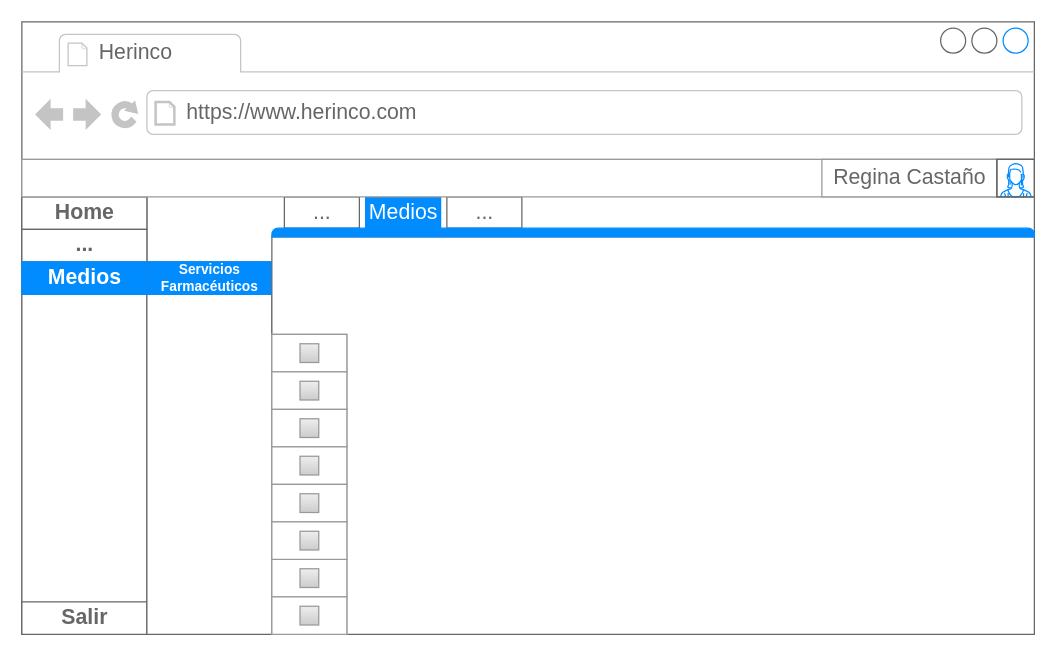
The draw.io diagram Untitled Diagram.drawio in 0scarTrujill0/MOCKUPS-MAESTRO-MEDIOS, before the edit. Source tidied: cells renumbered, new cells numbered last; positions are measured from the earlier drawing's top-left corner, leaving out a move shared by most shapes. Both pictures are drawn from the tidied source at 125%, with x=0, y=0 at pixel (21, 21).
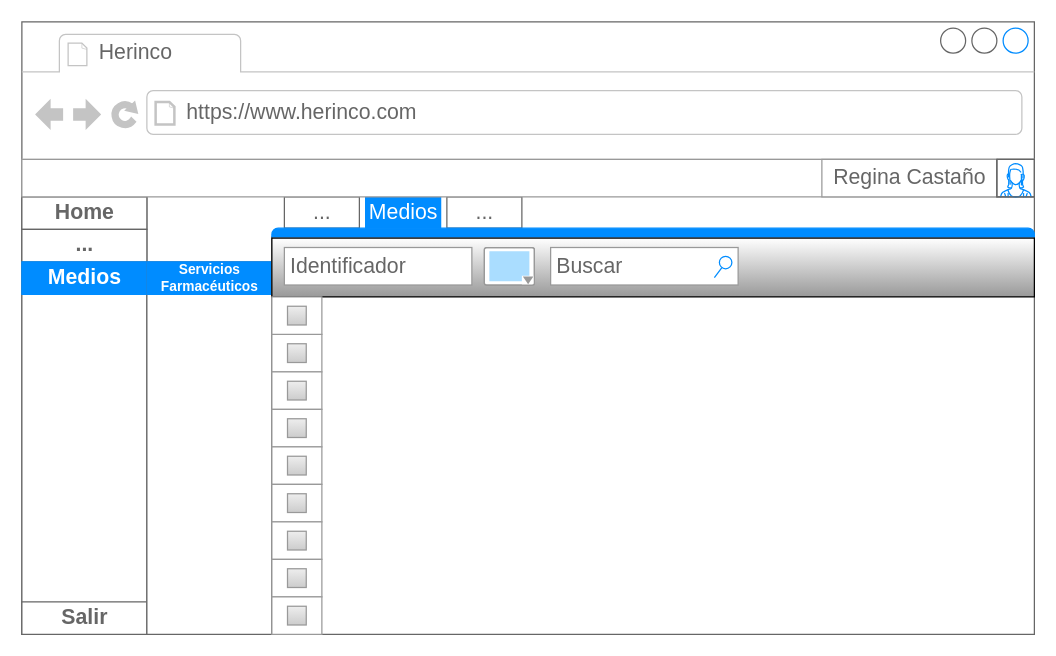
The same diagram, later.

Unchanged cells that the change refers to:
```xml
<mxCell id="12" style="strokeWidth=1;shadow=0;dashed=0;align=center;html=1;shape=mxgraph.mockup.containers.marginRect2;rectMarginTop=32;strokeColor=#666666;gradientColor=none;labelBackgroundColor=none;fontSize=11;" parent="2" vertex="1">
  <mxGeometry x="200" y="140" width="610" height="350" as="geometry" />
</mxCell>
```

What changed in the source:
```diff
@@
-    <mxCell id="17" style="strokeWidth=1;shadow=0;dashed=0;align=center;html=1;shape=mxgraph.mockup.forms.rrect;rSize=0;strokeColor=#999999;fillColor=#ffffff;labelBackgroundColor=none;fontSize=11;" parent="12" vertex="1">
-      <mxGeometry y="110" width="60" height="240" as="geometry" />
-    </mxCell>
-    <mxCell id="18" style="group;" parent="12" vertex="1">
-      <mxGeometry y="110" width="60" height="30" as="geometry" />
-    </mxCell>
-    <mxCell id="19" style="strokeWidth=1;shadow=0;dashed=0;align=center;html=1;shape=mxgraph.mockup.forms.rrect;rSize=0;strokeColor=#999999;fontColor=#008cff;fontSize=17;fillColor=#ffffff;labelBackgroundColor=none;" parent="18" vertex="1">
-      <mxGeometry width="60" height="30" as="geometry" />
-    </mxCell>
-    <mxCell id="20" style="strokeWidth=1;shadow=0;dashed=0;align=center;html=1;shape=mxgraph.mockup.forms.rrect;rSize=0;fillColor=#eeeeee;strokeColor=#999999;gradientColor=#cccccc;align=left;spacingLeft=4;fontSize=17;fontColor=#666666;labelPosition=right;labelBackgroundColor=none;" parent="18" vertex="1">
-      <mxGeometry x="22.5" y="7.5" width="15" height="15" as="geometry" />
-    </mxCell>
-    <mxCell id="21" style="group;" parent="12" vertex="1">
-      <mxGeometry y="140" width="60" height="30" as="geometry" />
-    </mxCell>
-    <mxCell id="22" style="strokeWidth=1;shadow=0;dashed=0;align=center;html=1;shape=mxgraph.mockup.forms.rrect;rSize=0;strokeColor=#999999;fontColor=#008cff;fontSize=17;fillColor=#ffffff;labelBackgroundColor=none;" parent="21" vertex="1">
-      <mxGeometry width="60" height="30" as="geometry" />
-    </mxCell>
-    <mxCell id="23" style="strokeWidth=1;shadow=0;dashed=0;align=center;html=1;shape=mxgraph.mockup.forms.rrect;rSize=0;fillColor=#eeeeee;strokeColor=#999999;gradientColor=#cccccc;align=left;spacingLeft=4;fontSize=17;fontColor=#666666;labelPosition=right;labelBackgroundColor=none;" parent="21" vertex="1">
-      <mxGeometry x="22.5" y="7.5" width="15" height="15" as="geometry" />
-    </mxCell>
-    <mxCell id="24" style="group;" parent="12" vertex="1">
-      <mxGeometry y="170" width="60" height="30" as="geometry" />
-    </mxCell>
-    <mxCell id="25" style="strokeWidth=1;shadow=0;dashed=0;align=center;html=1;shape=mxgraph.mockup.forms.rrect;rSize=0;strokeColor=#999999;fontColor=#008cff;fontSize=17;fillColor=#ffffff;labelBackgroundColor=none;" parent="24" vertex="1">
-      <mxGeometry width="60" height="30" as="geometry" />
-    </mxCell>
-    <mxCell id="26" style="strokeWidth=1;shadow=0;dashed=0;align=center;html=1;shape=mxgraph.mockup.forms.rrect;rSize=0;fillColor=#eeeeee;strokeColor=#999999;gradientColor=#cccccc;align=left;spacingLeft=4;fontSize=17;fontColor=#666666;labelPosition=right;labelBackgroundColor=none;" parent="24" vertex="1">
-      <mxGeometry x="22.5" y="7.5" width="15" height="15" as="geometry" />
-    </mxCell>
-    <mxCell id="27" style="group;" parent="12" vertex="1">
-      <mxGeometry y="200" width="60" height="30" as="geometry" />
-    </mxCell>
-    <mxCell id="28" style="strokeWidth=1;shadow=0;dashed=0;align=center;html=1;shape=mxgraph.mockup.forms.rrect;rSize=0;strokeColor=#999999;fontColor=#008cff;fontSize=17;fillColor=#ffffff;labelBackgroundColor=none;" parent="27" vertex="1">
-      <mxGeometry width="60" height="30" as="geometry" />
-    </mxCell>
-    <mxCell id="29" style="strokeWidth=1;shadow=0;dashed=0;align=center;html=1;shape=mxgraph.mockup.forms.rrect;rSize=0;fillColor=#eeeeee;strokeColor=#999999;gradientColor=#cccccc;align=left;spacingLeft=4;fontSize=17;fontColor=#666666;labelPosition=right;labelBackgroundColor=none;" parent="27" vertex="1">
-      <mxGeometry x="22.5" y="7.5" width="15" height="15" as="geometry" />
-    </mxCell>
-    <mxCell id="30" style="group;" parent="12" vertex="1">
-      <mxGeometry y="290" width="60" height="30" as="geometry" />
-    </mxCell>
-    <mxCell id="31" style="strokeWidth=1;shadow=0;dashed=0;align=center;html=1;shape=mxgraph.mockup.forms.rrect;rSize=0;strokeColor=#999999;fontColor=#008cff;fontSize=17;fillColor=#ffffff;labelBackgroundColor=none;" parent="30" vertex="1">
-      <mxGeometry width="60" height="30" as="geometry" />
-    </mxCell>
-    <mxCell id="32" style="strokeWidth=1;shadow=0;dashed=0;align=center;html=1;shape=mxgraph.mockup.forms.rrect;rSize=0;fillColor=#eeeeee;strokeColor=#999999;gradientColor=#cccccc;align=left;spacingLeft=4;fontSize=17;fontColor=#666666;labelPosition=right;labelBackgroundColor=none;" parent="30" vertex="1">
-      <mxGeometry x="22.5" y="7.5" width="15" height="15" as="geometry" />
-    </mxCell>
-    <mxCell id="33" style="group;" parent="12" vertex="1">
-      <mxGeometry y="320" width="60" height="30" as="geometry" />
-    </mxCell>
-    <mxCell id="34" style="strokeWidth=1;shadow=0;dashed=0;align=center;html=1;shape=mxgraph.mockup.forms.rrect;rSize=0;strokeColor=#999999;fontColor=#008cff;fontSize=17;fillColor=#ffffff;labelBackgroundColor=none;" parent="33" vertex="1">
-      <mxGeometry width="60" height="30" as="geometry" />
-    </mxCell>
-    <mxCell id="35" style="strokeWidth=1;shadow=0;dashed=0;align=center;html=1;shape=mxgraph.mockup.forms.rrect;rSize=0;fillColor=#eeeeee;strokeColor=#999999;gradientColor=#cccccc;align=left;spacingLeft=4;fontSize=17;fontColor=#666666;labelPosition=right;labelBackgroundColor=none;" parent="33" vertex="1">
-      <mxGeometry x="22.5" y="7.5" width="15" height="15" as="geometry" />
-    </mxCell>
+    <mxCell id="45" style="verticalLabelPosition=bottom;verticalAlign=top;html=1;shape=mxgraph.basic.rect;fillColor2=none;strokeWidth=1;size=20;indent=5;labelBackgroundColor=none;fontSize=11;fillColor=#FFFFFF;gradientColor=#999999;gradientDirection=south;" parent="12" vertex="1">
+      <mxGeometry y="33" width="610" height="47" as="geometry" />
+    </mxCell>
+    <mxCell id="46" style="verticalLabelPosition=bottom;shadow=0;dashed=0;align=center;html=1;verticalAlign=top;strokeWidth=1;shape=mxgraph.mockup.forms.colorPicker;chosenColor=#aaddff;labelBackgroundColor=none;fontSize=11;fillColor=#FFFFFF;gradientColor=none;" parent="12" vertex="1">
+      <mxGeometry x="170" y="40.5" width="40" height="30" as="geometry" />
+    </mxCell>
+    <mxCell id="47" value="Buscar" style="strokeWidth=1;shadow=0;dashed=0;align=center;html=1;shape=mxgraph.mockup.forms.searchBox;strokeColor=#999999;mainText=;strokeColor2=#008cff;fontColor=#666666;fontSize=17;align=left;spacingLeft=3;labelBackgroundColor=none;fillColor=#FFFFFF;gradientColor=none;" parent="12" vertex="1">
+      <mxGeometry x="223" y="40.5" width="150" height="30" as="geometry" />
+    </mxCell>
+    <mxCell id="48" value="Identificador" style="strokeWidth=1;shadow=0;dashed=0;align=center;html=1;shape=mxgraph.mockup.forms.pwField;strokeColor=#999999;mainText=;align=left;fontColor=#666666;fontSize=17;spacingLeft=3;labelBackgroundColor=none;fillColor=#FFFFFF;gradientColor=none;" parent="12" vertex="1">
+      <mxGeometry x="10" y="40.5" width="150" height="30" as="geometry" />
+    </mxCell>
+    <mxCell id="49" style="group;" parent="12" vertex="1">
+      <mxGeometry y="110" width="40" height="240" as="geometry" />
+    </mxCell>
+    <mxCell id="50" style="group;" parent="49" vertex="1">
+      <mxGeometry width="40" height="30" as="geometry" />
+    </mxCell>
+    <mxCell id="51" style="strokeWidth=1;shadow=0;dashed=0;align=center;html=1;shape=mxgraph.mockup.forms.rrect;rSize=0;strokeColor=#999999;fillColor=#ffffff;labelBackgroundColor=none;fontSize=15;" parent="50" vertex="1">
+      <mxGeometry width="40" height="30" as="geometry" />
+    </mxCell>
+    <mxCell id="52" style="strokeWidth=1;shadow=0;dashed=0;align=center;html=1;shape=mxgraph.mockup.forms.rrect;rSize=0;fillColor=#eeeeee;strokeColor=#999999;gradientColor=#cccccc;align=left;spacingLeft=4;fontSize=17;fontColor=#666666;labelPosition=right;labelBackgroundColor=none;" parent="50" vertex="1">
+      <mxGeometry x="12.5" y="7.5" width="15" height="15" as="geometry" />
+    </mxCell>
+    <mxCell id="53" style="group;" parent="49" vertex="1">
+      <mxGeometry y="30" width="40" height="30" as="geometry" />
+    </mxCell>
+    <mxCell id="54" style="strokeWidth=1;shadow=0;dashed=0;align=center;html=1;shape=mxgraph.mockup.forms.rrect;rSize=0;strokeColor=#999999;fillColor=#ffffff;labelBackgroundColor=none;fontSize=15;" parent="53" vertex="1">
+      <mxGeometry width="40" height="30" as="geometry" />
+    </mxCell>
+    <mxCell id="55" style="strokeWidth=1;shadow=0;dashed=0;align=center;html=1;shape=mxgraph.mockup.forms.rrect;rSize=0;fillColor=#eeeeee;strokeColor=#999999;gradientColor=#cccccc;align=left;spacingLeft=4;fontSize=17;fontColor=#666666;labelPosition=right;labelBackgroundColor=none;" parent="53" vertex="1">
+      <mxGeometry x="12.5" y="7.5" width="15" height="15" as="geometry" />
+    </mxCell>
+    <mxCell id="56" style="group;" parent="49" vertex="1">
+      <mxGeometry y="60" width="40" height="30" as="geometry" />
+    </mxCell>
+    <mxCell id="57" style="strokeWidth=1;shadow=0;dashed=0;align=center;html=1;shape=mxgraph.mockup.forms.rrect;rSize=0;strokeColor=#999999;fillColor=#ffffff;labelBackgroundColor=none;fontSize=15;" parent="56" vertex="1">
+      <mxGeometry width="40" height="30" as="geometry" />
+    </mxCell>
+    <mxCell id="58" style="strokeWidth=1;shadow=0;dashed=0;align=center;html=1;shape=mxgraph.mockup.forms.rrect;rSize=0;fillColor=#eeeeee;strokeColor=#999999;gradientColor=#cccccc;align=left;spacingLeft=4;fontSize=17;fontColor=#666666;labelPosition=right;labelBackgroundColor=none;" parent="56" vertex="1">
+      <mxGeometry x="12.5" y="7.5" width="15" height="15" as="geometry" />
+    </mxCell>
+    <mxCell id="59" style="group;" parent="49" vertex="1">
+      <mxGeometry y="90" width="40" height="30" as="geometry" />
+    </mxCell>
+    <mxCell id="60" style="strokeWidth=1;shadow=0;dashed=0;align=center;html=1;shape=mxgraph.mockup.forms.rrect;rSize=0;strokeColor=#999999;fillColor=#ffffff;labelBackgroundColor=none;fontSize=15;" parent="59" vertex="1">
+      <mxGeometry width="40" height="30" as="geometry" />
+    </mxCell>
+    <mxCell id="61" style="strokeWidth=1;shadow=0;dashed=0;align=center;html=1;shape=mxgraph.mockup.forms.rrect;rSize=0;fillColor=#eeeeee;strokeColor=#999999;gradientColor=#cccccc;align=left;spacingLeft=4;fontSize=17;fontColor=#666666;labelPosition=right;labelBackgroundColor=none;" parent="59" vertex="1">
+      <mxGeometry x="12.5" y="7.5" width="15" height="15" as="geometry" />
+    </mxCell>
+    <mxCell id="62" style="group;" parent="49" vertex="1">
+      <mxGeometry y="120" width="40" height="30" as="geometry" />
+    </mxCell>
+    <mxCell id="63" style="strokeWidth=1;shadow=0;dashed=0;align=center;html=1;shape=mxgraph.mockup.forms.rrect;rSize=0;strokeColor=#999999;fillColor=#ffffff;labelBackgroundColor=none;fontSize=15;" parent="62" vertex="1">
+      <mxGeometry width="40" height="30" as="geometry" />
+    </mxCell>
+    <mxCell id="64" style="strokeWidth=1;shadow=0;dashed=0;align=center;html=1;shape=mxgraph.mockup.forms.rrect;rSize=0;fillColor=#eeeeee;strokeColor=#999999;gradientColor=#cccccc;align=left;spacingLeft=4;fontSize=17;fontColor=#666666;labelPosition=right;labelBackgroundColor=none;" parent="62" vertex="1">
+      <mxGeometry x="12.5" y="7.5" width="15" height="15" as="geometry" />
+    </mxCell>
+    <mxCell id="65" style="group;" parent="49" vertex="1">
+      <mxGeometry y="150" width="40" height="30" as="geometry" />
+    </mxCell>
+    <mxCell id="66" style="strokeWidth=1;shadow=0;dashed=0;align=center;html=1;shape=mxgraph.mockup.forms.rrect;rSize=0;strokeColor=#999999;fillColor=#ffffff;labelBackgroundColor=none;fontSize=15;" parent="65" vertex="1">
+      <mxGeometry width="40" height="30" as="geometry" />
+    </mxCell>
+    <mxCell id="67" style="strokeWidth=1;shadow=0;dashed=0;align=center;html=1;shape=mxgraph.mockup.forms.rrect;rSize=0;fillColor=#eeeeee;strokeColor=#999999;gradientColor=#cccccc;align=left;spacingLeft=4;fontSize=17;fontColor=#666666;labelPosition=right;labelBackgroundColor=none;" parent="65" vertex="1">
+      <mxGeometry x="12.5" y="7.5" width="15" height="15" as="geometry" />
+    </mxCell>
+    <mxCell id="68" style="group;" parent="49" vertex="1">
+      <mxGeometry y="180" width="40" height="30" as="geometry" />
+    </mxCell>
+    <mxCell id="69" style="strokeWidth=1;shadow=0;dashed=0;align=center;html=1;shape=mxgraph.mockup.forms.rrect;rSize=0;strokeColor=#999999;fillColor=#ffffff;labelBackgroundColor=none;fontSize=15;" parent="68" vertex="1">
+      <mxGeometry width="40" height="30" as="geometry" />
+    </mxCell>
+    <mxCell id="70" style="strokeWidth=1;shadow=0;dashed=0;align=center;html=1;shape=mxgraph.mockup.forms.rrect;rSize=0;fillColor=#eeeeee;strokeColor=#999999;gradientColor=#cccccc;align=left;spacingLeft=4;fontSize=17;fontColor=#666666;labelPosition=right;labelBackgroundColor=none;" parent="68" vertex="1">
+      <mxGeometry x="12.5" y="7.5" width="15" height="15" as="geometry" />
+    </mxCell>
+    <mxCell id="71" style="group;" parent="49" vertex="1">
+      <mxGeometry y="210" width="40" height="30" as="geometry" />
+    </mxCell>
+    <mxCell id="72" style="strokeWidth=1;shadow=0;dashed=0;align=center;html=1;shape=mxgraph.mockup.forms.rrect;rSize=0;strokeColor=#999999;fillColor=#ffffff;labelBackgroundColor=none;fontSize=15;" parent="71" vertex="1">
+      <mxGeometry width="40" height="30" as="geometry" />
+    </mxCell>
+    <mxCell id="73" style="strokeWidth=1;shadow=0;dashed=0;align=center;html=1;shape=mxgraph.mockup.forms.rrect;rSize=0;fillColor=#eeeeee;strokeColor=#999999;gradientColor=#cccccc;align=left;spacingLeft=4;fontSize=17;fontColor=#666666;labelPosition=right;labelBackgroundColor=none;" parent="71" vertex="1">
+      <mxGeometry x="12.5" y="7.5" width="15" height="15" as="geometry" />
+    </mxCell>
+    <mxCell id="74" style="group;" parent="12" vertex="1">
+      <mxGeometry y="80" width="40" height="30" as="geometry" />
+    </mxCell>
+    <mxCell id="75" style="strokeWidth=1;shadow=0;dashed=0;align=center;html=1;shape=mxgraph.mockup.forms.rrect;rSize=0;strokeColor=#999999;fillColor=#ffffff;labelBackgroundColor=none;fontSize=15;" parent="74" vertex="1">
+      <mxGeometry width="40" height="30" as="geometry" />
+    </mxCell>
+    <mxCell id="76" style="strokeWidth=1;shadow=0;dashed=0;align=center;html=1;shape=mxgraph.mockup.forms.rrect;rSize=0;fillColor=#eeeeee;strokeColor=#999999;gradientColor=#cccccc;align=left;spacingLeft=4;fontSize=17;fontColor=#666666;labelPosition=right;labelBackgroundColor=none;" parent="74" vertex="1">
+      <mxGeometry x="12.5" y="7.5" width="15" height="15" as="geometry" />
+    </mxCell>
@@
-    <mxCell id="39" style="group;" parent="1" vertex="1">
-      <mxGeometry x="200" y="370" width="60" height="30" as="geometry" />
-    </mxCell>
-    <mxCell id="40" style="strokeWidth=1;shadow=0;dashed=0;align=center;html=1;shape=mxgraph.mockup.forms.rrect;rSize=0;strokeColor=#999999;fontColor=#008cff;fontSize=17;fillColor=#ffffff;labelBackgroundColor=none;" parent="39" vertex="1">
-      <mxGeometry width="60" height="30" as="geometry" />
-    </mxCell>
-    <mxCell id="41" style="strokeWidth=1;shadow=0;dashed=0;align=center;html=1;shape=mxgraph.mockup.forms.rrect;rSize=0;fillColor=#eeeeee;strokeColor=#999999;gradientColor=#cccccc;align=left;spacingLeft=4;fontSize=17;fontColor=#666666;labelPosition=right;labelBackgroundColor=none;" parent="39" vertex="1">
-      <mxGeometry x="22.5" y="7.5" width="15" height="15" as="geometry" />
-    </mxCell>
-    <mxCell id="42" style="group;" parent="1" vertex="1">
-      <mxGeometry x="200" y="400" width="60" height="30" as="geometry" />
-    </mxCell>
-    <mxCell id="43" style="strokeWidth=1;shadow=0;dashed=0;align=center;html=1;shape=mxgraph.mockup.forms.rrect;rSize=0;strokeColor=#999999;fontColor=#008cff;fontSize=17;fillColor=#ffffff;labelBackgroundColor=none;" parent="42" vertex="1">
-      <mxGeometry width="60" height="30" as="geometry" />
-    </mxCell>
-    <mxCell id="44" style="strokeWidth=1;shadow=0;dashed=0;align=center;html=1;shape=mxgraph.mockup.forms.rrect;rSize=0;fillColor=#eeeeee;strokeColor=#999999;gradientColor=#cccccc;align=left;spacingLeft=4;fontSize=17;fontColor=#666666;labelPosition=right;labelBackgroundColor=none;" parent="42" vertex="1">
-      <mxGeometry x="22.5" y="7.5" width="15" height="15" as="geometry" />
-    </mxCell>
```
